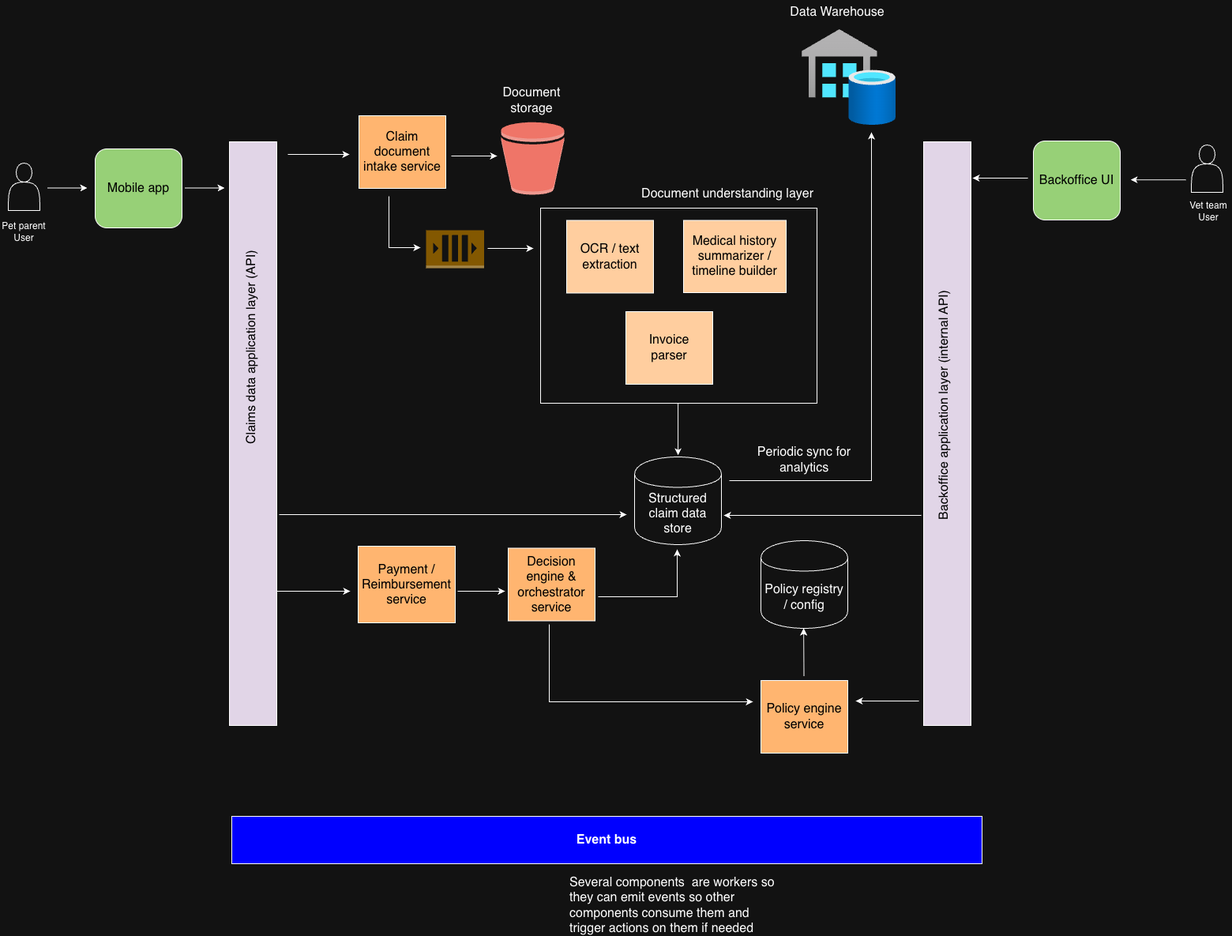
The draw.io diagram assets/claims_barkibu.drawio.png in sergiooncode/claims, before a commit. Source tidied: cells renumbered, new cells last; positions are measured from the earlier drawing's top-left corner, leaving out a move shared by most shapes.
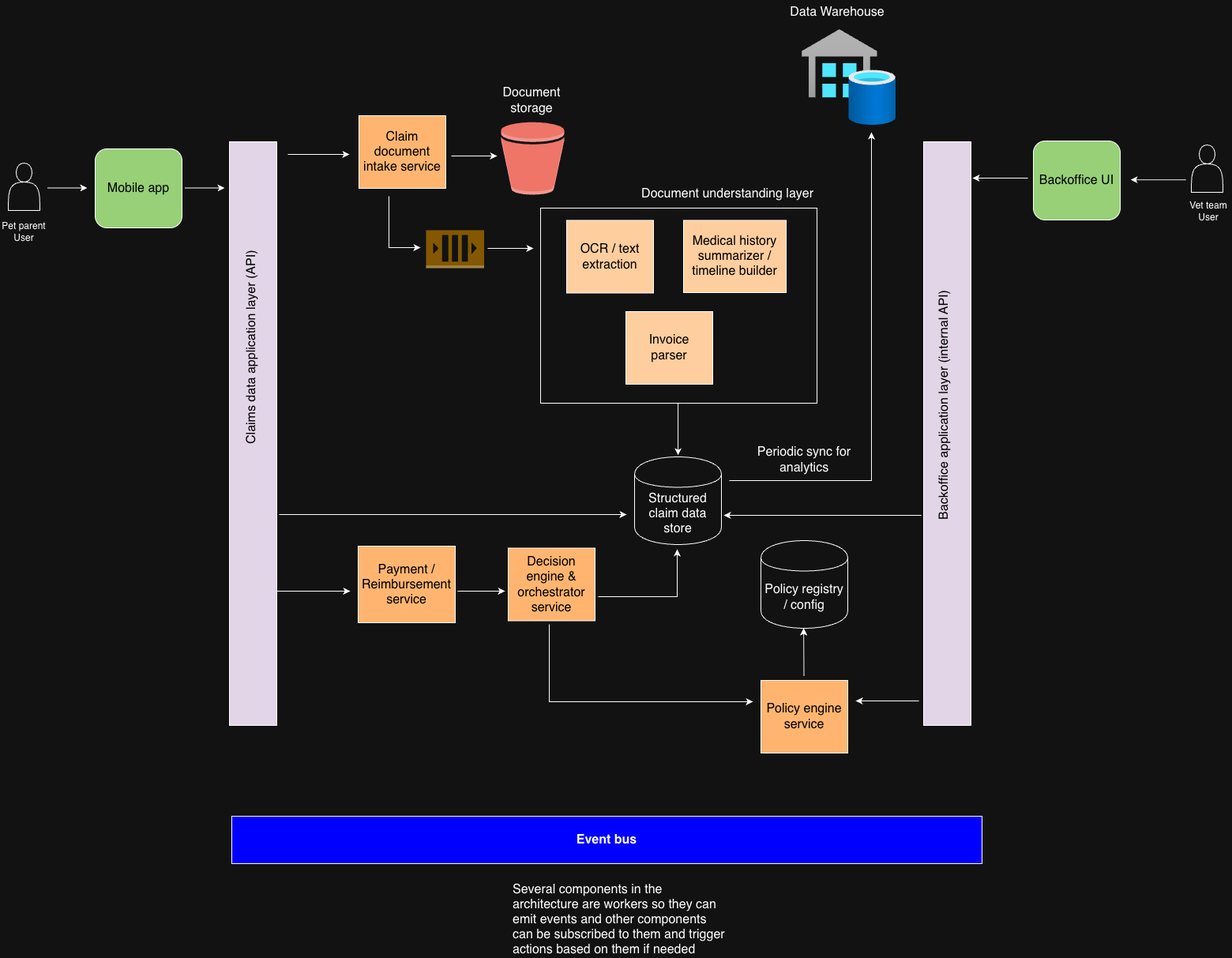
Later version of the same file.

What changed in the source:
```diff
@@ -155,8 +155,8 @@
     <mxCell id="40" value="&lt;font style=&quot;font-size: 16px;&quot;&gt;&lt;b&gt;Event bus&lt;/b&gt;&lt;/font&gt;" style="rounded=0;whiteSpace=wrap;html=1;fillColor=light-dark(#FFFFFF,#0000FF);" parent="1" vertex="1">
       <mxGeometry x="293" y="1033" width="950" height="60" as="geometry" />
     </mxCell>
-    <mxCell id="41" value="&lt;font style=&quot;font-size: 16px;&quot;&gt;Several components&amp;nbsp; are workers so they can emit events so other components consume them and trigger actions on them if needed&lt;/font&gt;" style="text;html=1;whiteSpace=wrap;strokeColor=none;fillColor=none;align=left;verticalAlign=middle;rounded=0;" parent="1" vertex="1">
-      <mxGeometry x="719" y="1131" width="275" height="30" as="geometry" />
+    <mxCell id="41" value="&lt;font style=&quot;font-size: 16px;&quot;&gt;Several components in the architecture are workers so they can emit events and other components can be subscribed to them and trigger actions based on them if needed&lt;/font&gt;" style="text;html=1;whiteSpace=wrap;strokeColor=none;fillColor=none;align=left;verticalAlign=middle;rounded=0;" parent="1" vertex="1">
+      <mxGeometry x="647" y="1149" width="275" height="30" as="geometry" />
     </mxCell>
     <mxCell id="42" style="endArrow=classic;html=1;rounded=0;" parent="1" edge="1">
       <mxGeometry relative="1" as="geometry">
```
